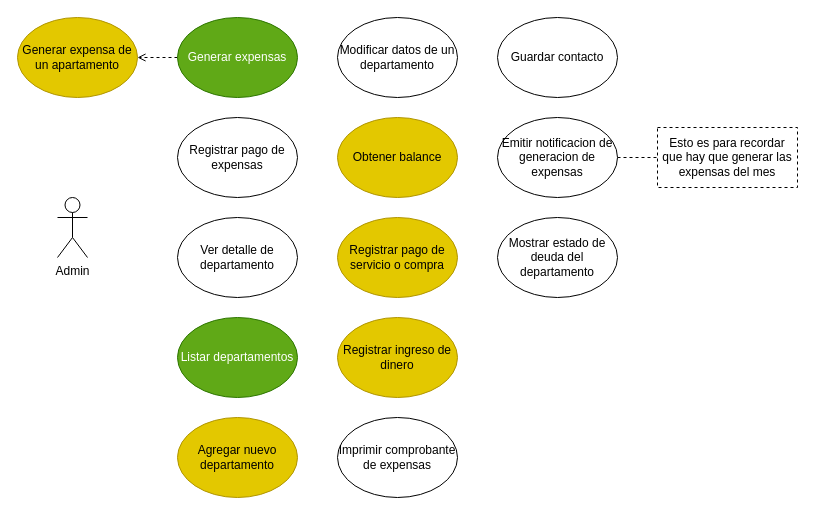
elmiguedev/expensoides keeps this draw.io diagram as docs/usecases.drawio. Above is the earlier version. Source tidied: cells renumbered, new cells numbered last; positions are measured from the earlier drawing's top-left corner, leaving out a move shared by most shapes. Both pictures are drawn from the tidied source at 100%, with x=0, y=0 at pixel (17, 17).
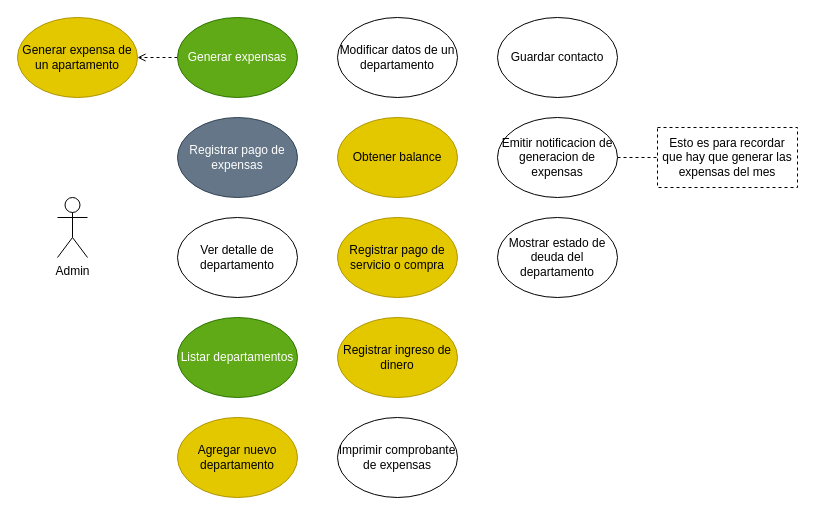
The same diagram, later.

Diff of the diagram source:
```diff
@@
-    <mxCell id="5" value="Registrar pago de expensas" style="ellipse;whiteSpace=wrap;html=1;" parent="1" vertex="1">
+    <mxCell id="5" value="Registrar pago de expensas" style="ellipse;whiteSpace=wrap;html=1;fillColor=#647687;strokeColor=#314354;fontColor=#ffffff;" parent="1" vertex="1">
       <mxGeometry x="160" y="100" width="120" height="80" as="geometry" />
     </mxCell>
```
